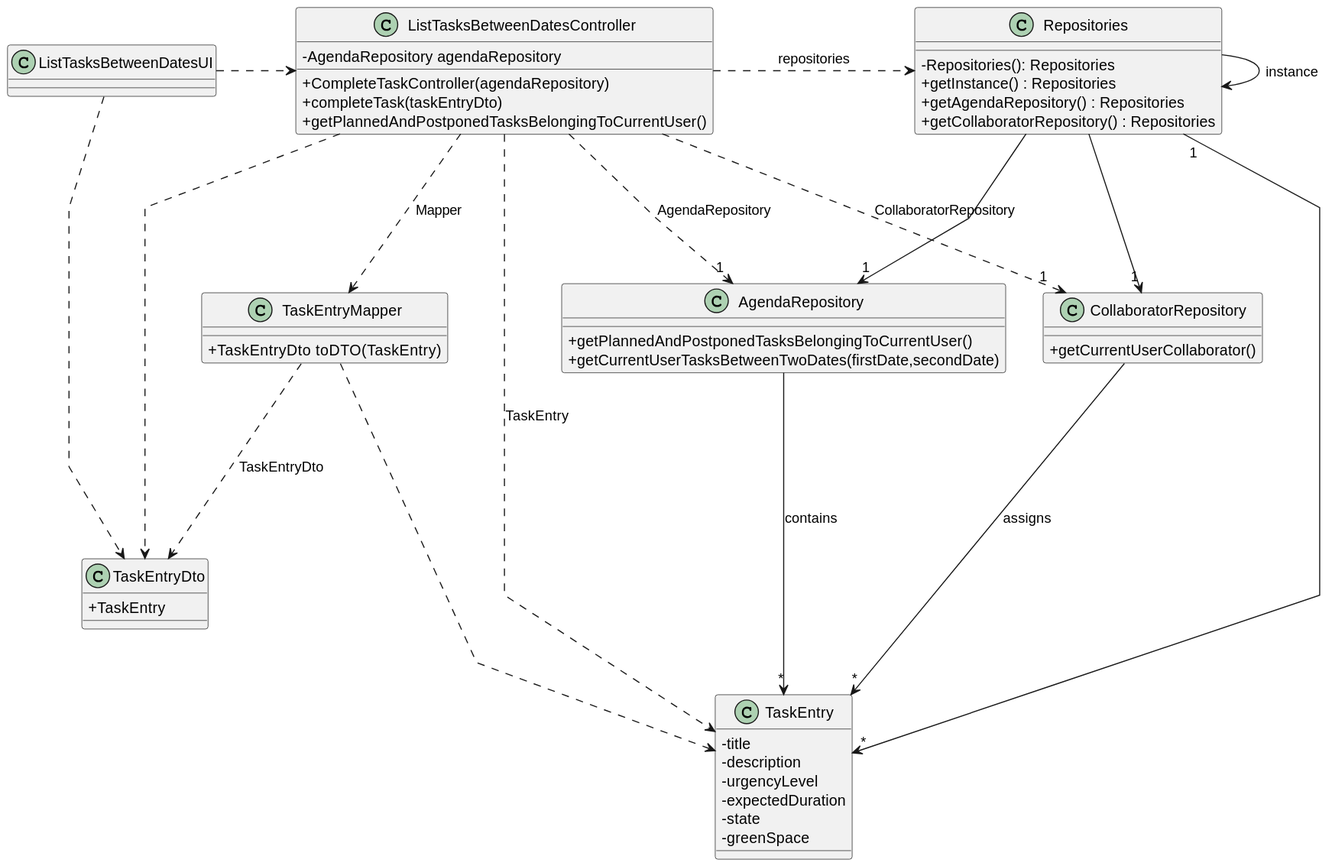
The PlantUML diagram docs/sprintC/us028/03.design/svg/us028-class-diagram.svg in Departamento-de-Engenharia-Informatica/lei-24-s2-1dkl-g134, before a commit. Source of this version:
```plantuml
@startuml
skinparam packageStyle rectangle
skinparam shadowing false
skinparam linetype polyline

skinparam classAttributeIconSize 0


class ListTasksBetweenDatesUI{
}


class ListTasksBetweenDatesController{
-AgendaRepository agendaRepository
    + CompleteTaskController(agendaRepository)
    + completeTask(taskEntryDto)
    + getPlannedAndPostponedTasksBelongingToCurrentUser()
 }

class Repositories {
    - Repositories(): Repositories
    + getInstance() : Repositories
    + getAgendaRepository() : Repositories
     + getCollaboratorRepository() : Repositories
}


class AgendaRepository {
    + getPlannedAndPostponedTasksBelongingToCurrentUser()
    + getCurrentUserTasksBetweenTwoDates(firstDate,secondDate)

}
class CollaboratorRepository {
    + getCurrentUserCollaborator()

}

class  TaskEntry{
        -title
        -description
        -urgencyLevel
        -expectedDuration
        -state
        -greenSpace

}

class TaskEntryMapper{
+TaskEntryDto  toDTO(TaskEntry)
}
class TaskEntryDto{
+TaskEntry
}


ListTasksBetweenDatesUI .>  ListTasksBetweenDatesController
ListTasksBetweenDatesController ...r> Repositories : repositories
ListTasksBetweenDatesController ...> TaskEntryMapper : Mapper
TaskEntryMapper ...> TaskEntryDto: TaskEntryDto
TaskEntryMapper ...> TaskEntry
ListTasksBetweenDatesUI .> TaskEntryDto
ListTasksBetweenDatesController ..> TaskEntryDto
Repositories ---> "1" AgendaRepository
Repositories ---> "1" CollaboratorRepository
Repositories -> Repositories : instance
Repositories "1" --> "*" TaskEntry

AgendaRepository --> "*" TaskEntry: contains
CollaboratorRepository --> "*" TaskEntry: assigns

 ListTasksBetweenDatesController ......>  TaskEntry : TaskEntry
 ListTasksBetweenDatesController ...> "1" AgendaRepository : AgendaRepository
 ListTasksBetweenDatesController ...> "1" CollaboratorRepository : CollaboratorRepository
@enduml
```
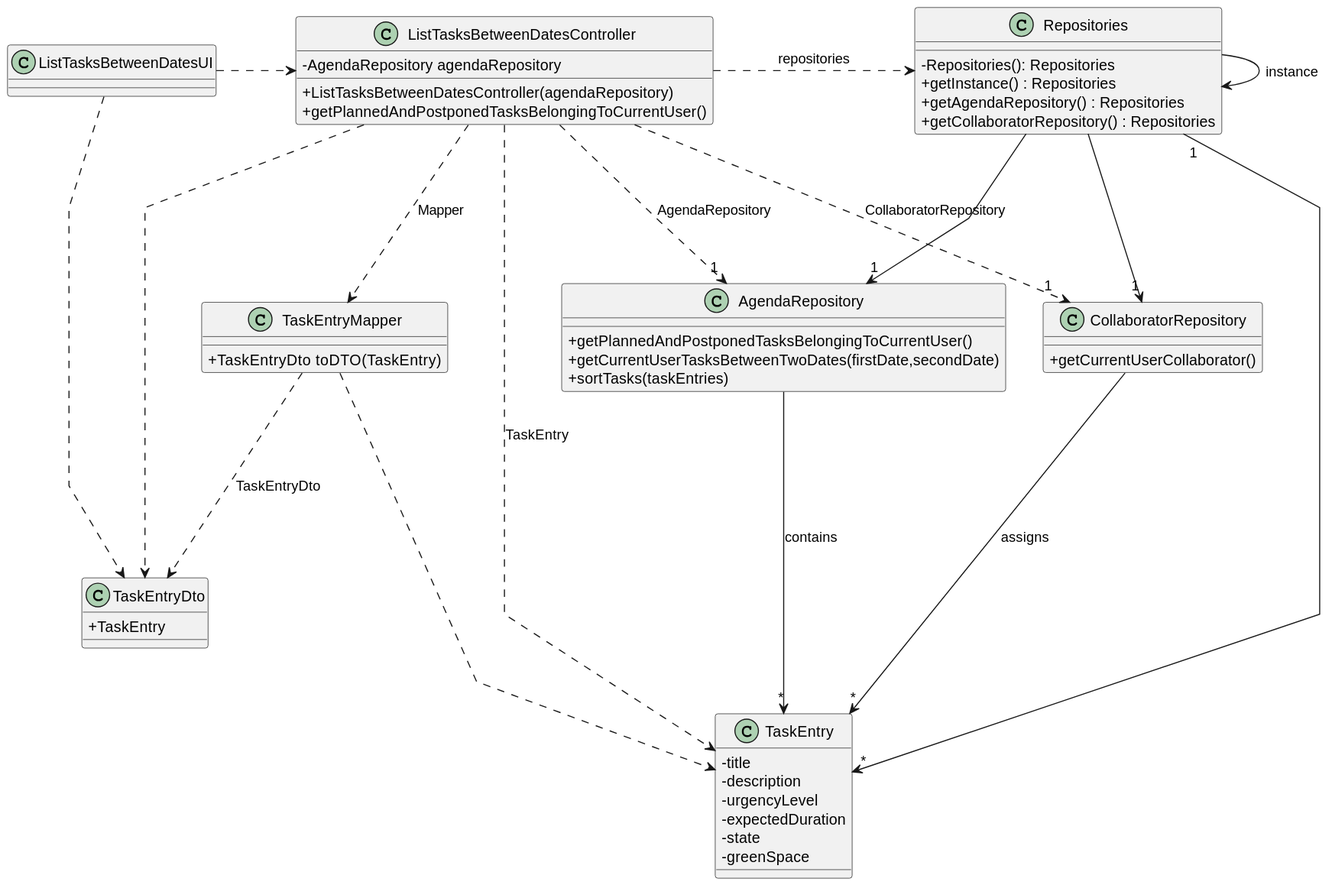
The same file after the commit.

Change to the diagram source:
```diff
@@ -12,9 +12,10 @@
 
 class ListTasksBetweenDatesController{
 -AgendaRepository agendaRepository
-    + CompleteTaskController(agendaRepository)
-    + completeTask(taskEntryDto)
+    + ListTasksBetweenDatesController(agendaRepository)
+
     + getPlannedAndPostponedTasksBelongingToCurrentUser()
+
  }
 
 class Repositories {
@@ -28,6 +29,7 @@
 class AgendaRepository {
     + getPlannedAndPostponedTasksBelongingToCurrentUser()
     + getCurrentUserTasksBetweenTwoDates(firstDate,secondDate)
+    + sortTasks(taskEntries)
 
 }
 class CollaboratorRepository {
```
